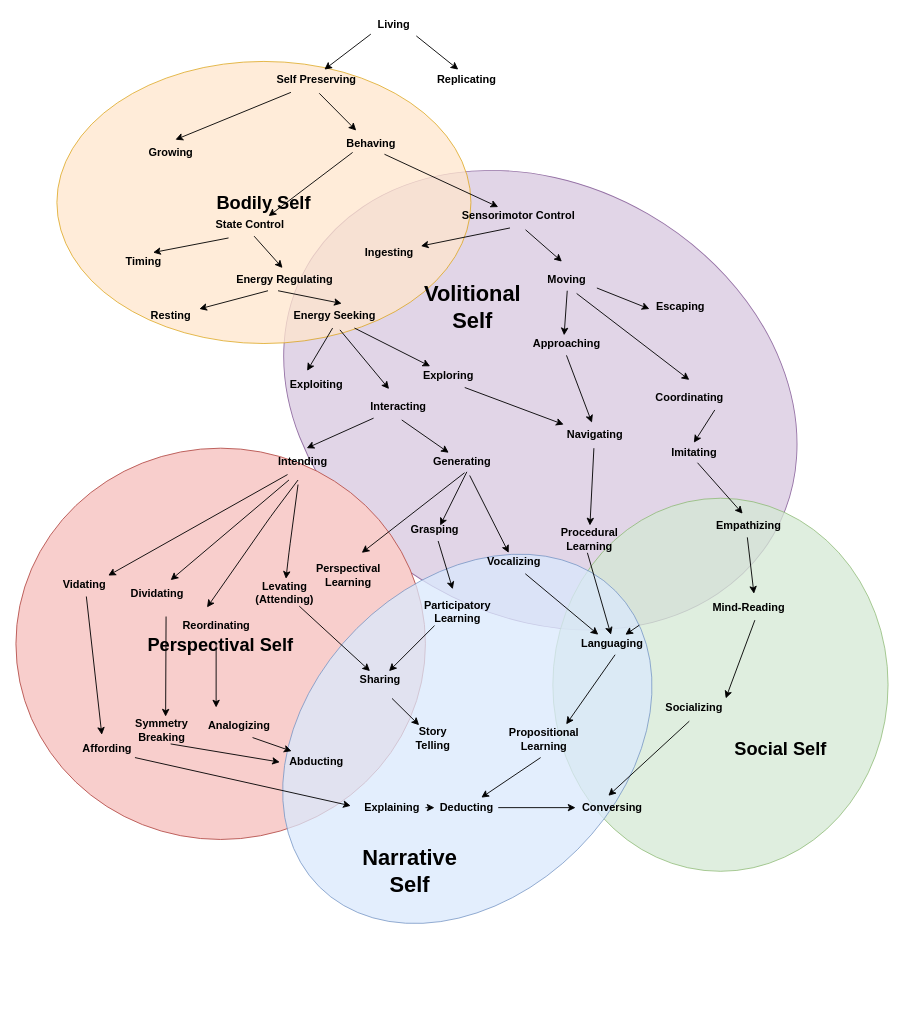
codeaudit/1 keeps this draw.io diagram as self_evolution.drawio. Above is the earlier version. Source tidied: cells renumbered, new cells numbered last; positions are measured from the earlier drawing's top-left corner, leaving out a move shared by most shapes. Both pictures are drawn from the tidied source at 91%, with x=0, y=0 at pixel (15, 15).
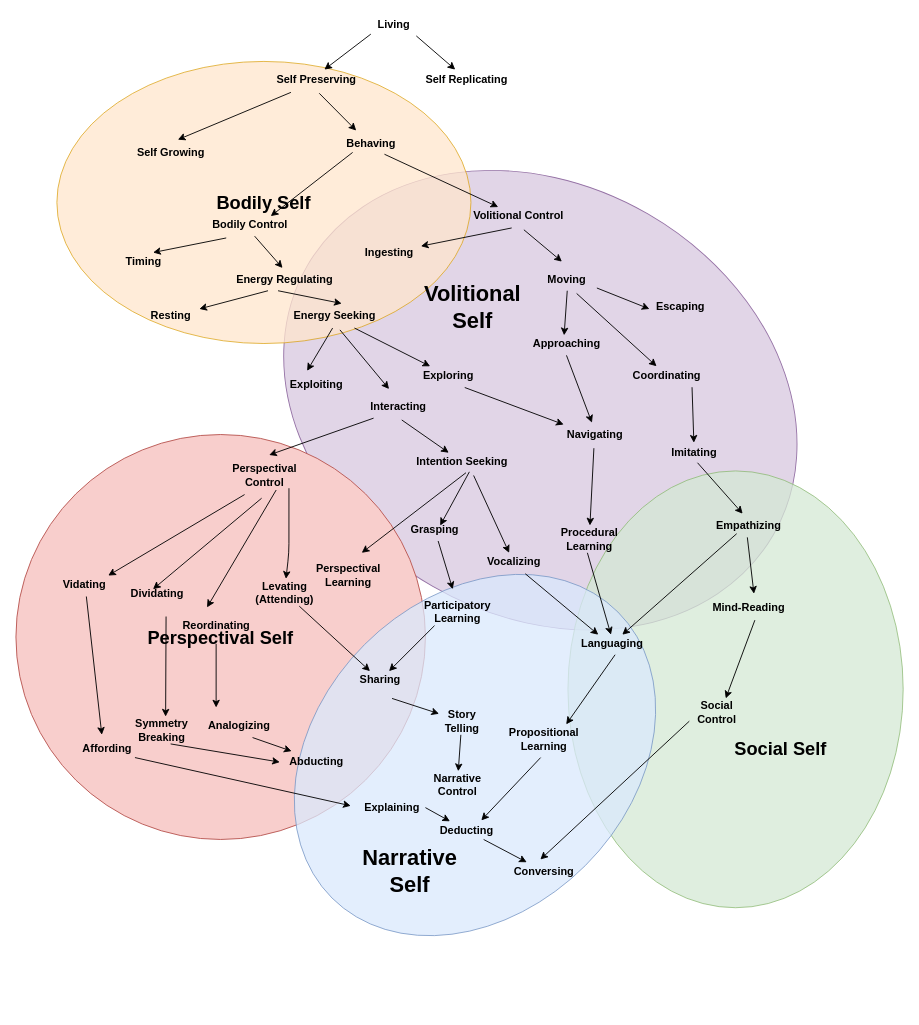
The same page after the edit.

The change refers to these unchanged cells:
```xml
<mxCell id="22" value="Moving" style="text;html=1;align=center;verticalAlign=middle;points=[];fontStyle=1;" parent="1" vertex="1">
  <mxGeometry x="575" y="280" width="60" height="20" as="geometry" />
</mxCell>
<mxCell id="28" value="Levating&lt;br&gt;(Attending)" style="text;html=1;align=center;verticalAlign=middle;points=[];fontStyle=1;" parent="1" vertex="1">
  <mxGeometry x="255" y="618.6" width="80" height="30" as="geometry" />
</mxCell>
<mxCell id="41" value="Languaging" style="text;html=1;align=center;verticalAlign=middle;points=[];fontStyle=1;" parent="1" vertex="1">
  <mxGeometry x="615" y="680" width="80" height="20" as="geometry" />
</mxCell>
<mxCell id="46" value="&lt;b&gt;Empathizing&lt;/b&gt;" style="text;html=1;align=center;verticalAlign=middle;points=[];" parent="1" vertex="1">
  <mxGeometry x="760" y="550" width="90" height="20" as="geometry" />
</mxCell>
```

Diff of the diagram source:
```diff
@@
     <mxCell id="3" style="ellipse;whiteSpace=wrap;html=1;fillColor=#d5e8d4;strokeColor=#82b366;direction=south;opacity=75;" parent="1" vertex="1">
-      <mxGeometry x="590" y="530" width="368.4" height="410" as="geometry" />
+      <mxGeometry x="606.6" y="500" width="368.4" height="480" as="geometry" />
     </mxCell>
     <mxCell id="4" value="&lt;b style=&quot;font-size: 20px&quot;&gt;Perspectival Self&lt;/b&gt;" style="ellipse;whiteSpace=wrap;html=1;fillColor=#f8cecc;strokeColor=#b85450;" parent="1" vertex="1">
-      <mxGeometry y="475" width="450" height="430" as="geometry" />
+      <mxGeometry y="460" width="450" height="445" as="geometry" />
     </mxCell>
     <mxCell id="5" style="ellipse;whiteSpace=wrap;html=1;rotation=45;fillColor=#dae8fc;strokeColor=#6c8ebf;opacity=75;" parent="1" vertex="1">
-      <mxGeometry x="324.4" y="564.4" width="343.3" height="460" as="geometry" />
+      <mxGeometry x="332.8" y="590" width="343.3" height="444.4" as="geometry" />
     </mxCell>
@@
-    <mxCell id="9" value="Replicating" style="text;html=1;align=center;verticalAlign=middle;points=[];fontStyle=1;" parent="1" vertex="1">
-      <mxGeometry x="455" y="60" width="80" height="20" as="geometry" />
+    <mxCell id="9" value="Self Replicating" style="text;html=1;align=center;verticalAlign=middle;points=[];fontStyle=1;" parent="1" vertex="1">
+      <mxGeometry x="440" y="60" width="110" height="20" as="geometry" />
     </mxCell>
-    <mxCell id="10" value="Growing" style="text;html=1;align=center;verticalAlign=middle;points=[];fontStyle=1;" parent="1" vertex="1">
-      <mxGeometry x="140" y="140" width="60" height="20" as="geometry" />
+    <mxCell id="10" value="Self Growing" style="text;html=1;align=center;verticalAlign=middle;points=[];fontStyle=1;" parent="1" vertex="1">
+      <mxGeometry x="125" y="140" width="90" height="20" as="geometry" />
     </mxCell>
@@
-    <mxCell id="12" value="State Control" style="text;html=1;align=center;verticalAlign=middle;points=[];fontStyle=1;" parent="1" vertex="1">
-      <mxGeometry x="211.7" y="220" width="90" height="20" as="geometry" />
+    <mxCell id="12" value="Bodily Control" style="text;html=1;align=center;verticalAlign=middle;points=[];fontStyle=1;" parent="1" vertex="1">
+      <mxGeometry x="206.7" y="220" width="100" height="20" as="geometry" />
     </mxCell>
-    <mxCell id="13" value="Sensorimotor Control" style="text;html=1;align=center;verticalAlign=middle;points=[];fontStyle=1;" parent="1" vertex="1">
-      <mxGeometry x="481.6" y="210" width="140" height="20" as="geometry" />
+    <mxCell id="13" value="Volitional Control" style="text;html=1;align=center;verticalAlign=middle;points=[];fontStyle=1;" parent="1" vertex="1">
+      <mxGeometry x="496.6" y="210" width="110" height="20" as="geometry" />
     </mxCell>
@@
-    <mxCell id="25" value="Intending" style="text;html=1;align=center;verticalAlign=middle;points=[];fontStyle=1;" parent="1" vertex="1">
-      <mxGeometry x="280" y="480" width="70" height="20" as="geometry" />
+    <mxCell id="25" value="Perspectival&lt;br&gt;Control" style="text;html=1;align=center;verticalAlign=middle;points=[];fontStyle=1;" parent="1" vertex="1">
+      <mxGeometry x="227.5" y="490" width="90" height="30" as="geometry" />
     </mxCell>
-    <mxCell id="26" value="Generating" style="text;html=1;align=center;verticalAlign=middle;points=[];fontStyle=1;" parent="1" vertex="1">
-      <mxGeometry x="450" y="480" width="80" height="20" as="geometry" />
+    <mxCell id="26" value="Intention Seeking" style="text;html=1;align=center;verticalAlign=middle;points=[];fontStyle=1;" parent="1" vertex="1">
+      <mxGeometry x="430" y="480" width="120" height="20" as="geometry" />
     </mxCell>
@@
     <mxCell id="37" value="Coordinating" style="text;html=1;align=center;verticalAlign=middle;points=[];fontStyle=1;" parent="1" vertex="1">
-      <mxGeometry x="695" y="410" width="90" height="20" as="geometry" />
+      <mxGeometry x="670" y="385" width="90" height="20" as="geometry" />
     </mxCell>
-    <mxCell id="38" value="Socializing" style="text;html=1;align=center;verticalAlign=middle;fontStyle=1;" parent="1" vertex="1">
-      <mxGeometry x="705" y="750" width="80" height="20" as="geometry" />
+    <mxCell id="38" value="Social&lt;br&gt;Control" style="text;html=1;align=center;verticalAlign=middle;fontStyle=1;" parent="1" vertex="1">
+      <mxGeometry x="740" y="750" width="60" height="30" as="geometry" />
     </mxCell>
@@
-    <mxCell id="40" style="edgeStyle=none;rounded=0;jettySize=auto;html=1;startArrow=classic;startFill=1;endArrow=none;endFill=0;" parent="1" edge="1" source="41" target="5">
-      <mxGeometry relative="1" as="geometry" />
-    </mxCell>
@@
-    <mxCell id="61" style="endArrow=none;html=1;entryX=0.686;entryY=1.25;entryDx=0;entryDy=0;entryPerimeter=0;endFill=0;startArrow=classic;startFill=1;" parent="1" edge="1" target="22">
-      <mxGeometry relative="1" as="geometry">
-        <mxPoint x="740" y="400" as="sourcePoint" />
-      </mxGeometry>
+    <mxCell id="61" style="endArrow=none;html=1;entryX=0.686;entryY=1.25;entryDx=0;entryDy=0;entryPerimeter=0;endFill=0;startArrow=classic;startFill=1;" parent="1" edge="1" source="37" target="22">
+      <mxGeometry relative="1" as="geometry" />
     </mxCell>
@@
     <mxCell id="79" value="Conversing" style="text;html=1;align=center;verticalAlign=middle;points=[];fontStyle=1;" parent="1" vertex="1">
-      <mxGeometry x="615" y="860" width="80" height="20" as="geometry" />
+      <mxGeometry x="540.3" y="930" width="80" height="20" as="geometry" />
     </mxCell>
@@
     <mxCell id="84" style="endArrow=none;html=1;startArrow=classic;startFill=1;" parent="1" edge="1">
       <mxGeometry relative="1" as="geometry">
-        <mxPoint x="170" y="620" as="sourcePoint" />
-        <mxPoint x="300" y="510" as="targetPoint" />
+        <mxPoint x="150.6" y="630" as="sourcePoint" />
+        <mxPoint x="270" y="530" as="targetPoint" />
       </mxGeometry>
     </mxCell>
-    <mxCell id="85" style="endArrow=none;html=1;startArrow=classic;startFill=1;" parent="1" edge="1">
+    <mxCell id="85" style="endArrow=none;html=1;startArrow=classic;startFill=1;entryX=0.65;entryY=1.033;entryDx=0;entryDy=0;entryPerimeter=0;" parent="1" edge="1" target="25">
       <mxGeometry relative="1" as="geometry">
         <mxPoint x="210" y="650" as="sourcePoint" />
-        <mxPoint x="310" y="510" as="targetPoint" />
-        <Array as="points">
-          <mxPoint x="280" y="550" />
-        </Array>
       </mxGeometry>
     </mxCell>
-    <mxCell id="86" style="endArrow=none;html=1;endFill=0;startArrow=classic;startFill=1;" parent="1" edge="1" source="28">
+    <mxCell id="86" style="endArrow=none;html=1;endFill=0;startArrow=classic;startFill=1;entryX=0.806;entryY=0.967;entryDx=0;entryDy=0;entryPerimeter=0;" parent="1" edge="1" source="28" target="25">
       <mxGeometry relative="1" as="geometry">
-        <mxPoint x="310" y="515" as="targetPoint" />
         <Array as="points">
           <mxPoint x="300" y="590" />
         </Array>
       </mxGeometry>
     </mxCell>
@@
     <mxCell id="101" value="&lt;b&gt;Deducting&lt;br&gt;&lt;/b&gt;" style="text;html=1;align=center;verticalAlign=middle;points=[];" parent="1" vertex="1">
-      <mxGeometry x="460" y="860" width="70" height="20" as="geometry" />
+      <mxGeometry x="460" y="885" width="70" height="20" as="geometry" />
     </mxCell>
@@
     <mxCell id="106" value="Story&lt;br&gt;Telling" style="text;html=1;align=center;verticalAlign=middle;points=[];fontStyle=1;" parent="1" vertex="1">
-      <mxGeometry x="433.3" y="779.4" width="50" height="30" as="geometry" />
+      <mxGeometry x="465" y="760" width="50" height="30" as="geometry" />
     </mxCell>
@@
+    <mxCell id="108" style="endArrow=classic;html=1;exitX=0.356;exitY=0.95;exitDx=0;exitDy=0;exitPerimeter=0;" parent="1" edge="1" source="46" target="41">
+      <mxGeometry relative="1" as="geometry" />
+    </mxCell>
+    <mxCell id="109" value="Narrative&lt;br&gt;Control" style="text;html=1;align=center;verticalAlign=middle;points=[];fontStyle=1;" parent="1" vertex="1">
+      <mxGeometry x="450" y="830" width="70" height="30" as="geometry" />
+    </mxCell>
+    <mxCell id="110" style="endArrow=classic;html=1;" parent="1" edge="1" source="106" target="109">
+      <mxGeometry relative="1" as="geometry" />
+    </mxCell>
```
